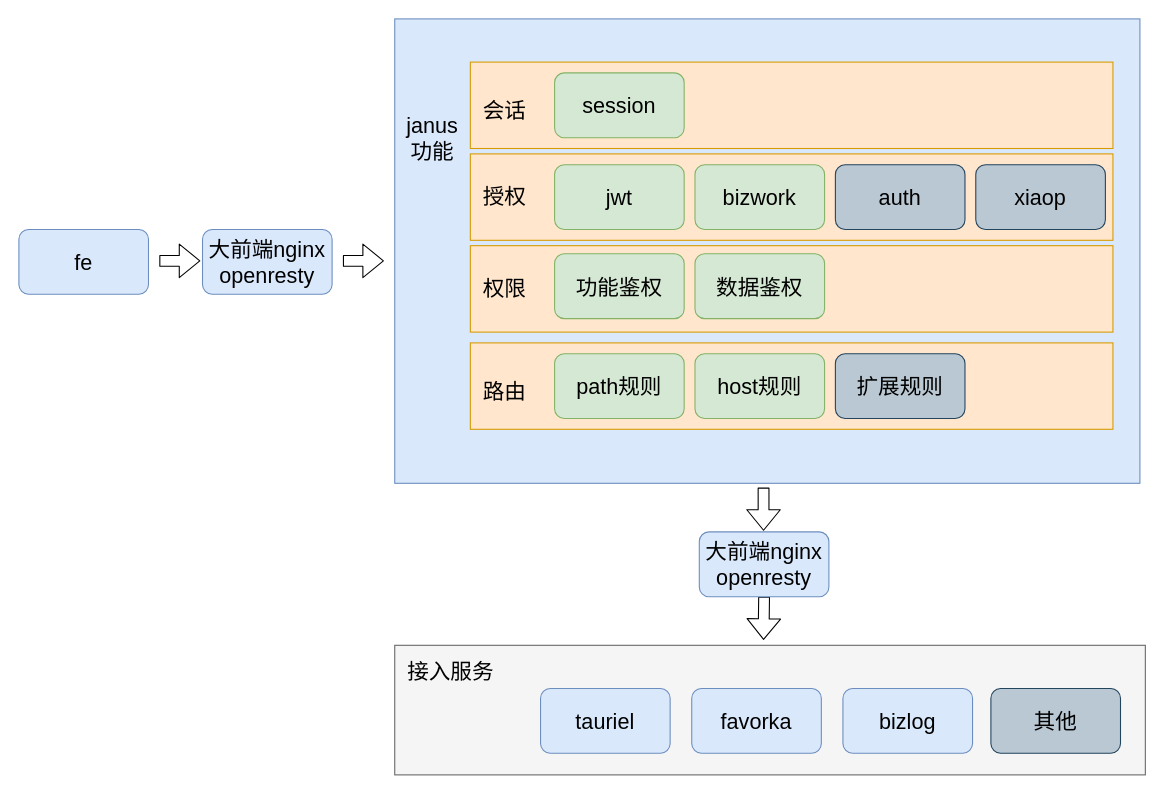
The draw.io diagram janus_gateway.drawio in effyroth/drawio2, before the edit. Source tidied: cells renumbered, new cells numbered last; positions are measured from the earlier drawing's top-left corner, leaving out a move shared by most shapes. Both pictures are drawn from the tidied source at 108%, with x=0, y=0 at pixel (18, 18).
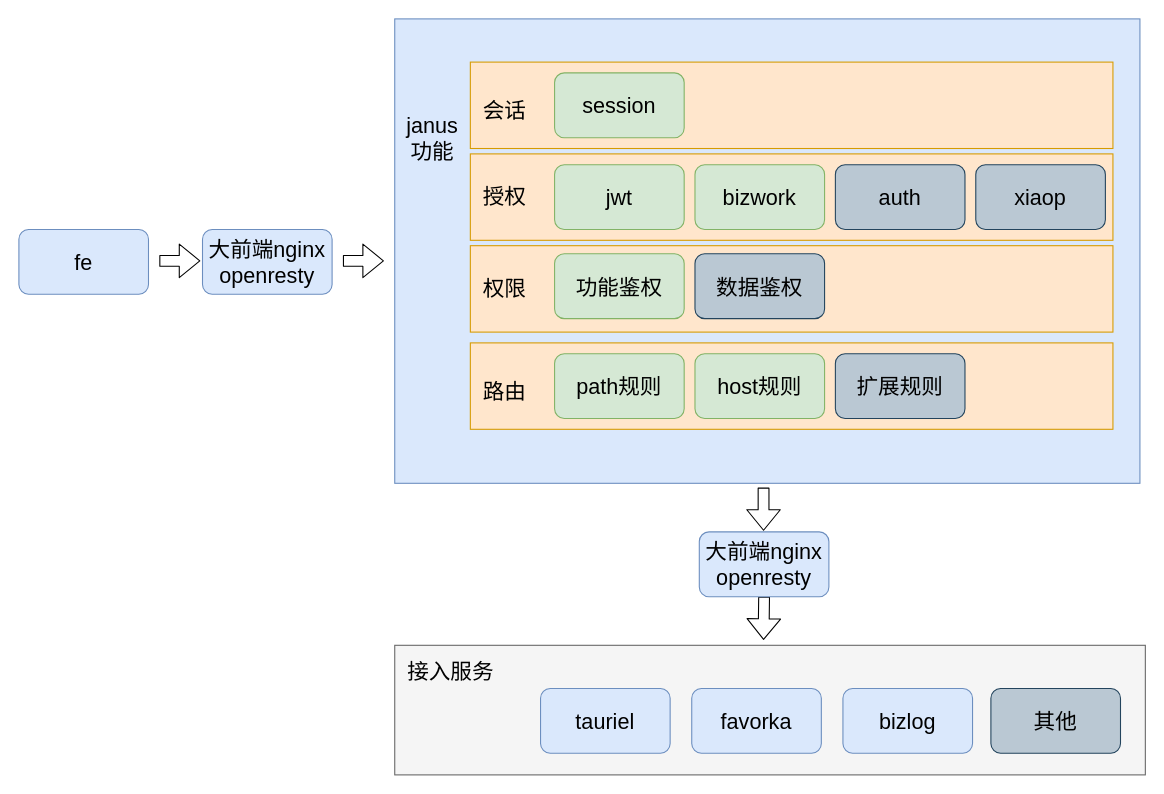
The same diagram, later.

Change to the diagram source:
```diff
@@
-    <mxCell id="16" value="&lt;span style=&quot;font-size: 20px&quot;&gt;数据鉴权&lt;/span&gt;" style="rounded=1;whiteSpace=wrap;html=1;fillColor=#d5e8d4;strokeColor=#82b366;" parent="1" vertex="1">
+    <mxCell id="16" value="&lt;span style=&quot;font-size: 20px&quot;&gt;数据鉴权&lt;/span&gt;" style="rounded=1;whiteSpace=wrap;html=1;fillColor=#bac8d3;strokeColor=#23445d;" parent="1" vertex="1">
       <mxGeometry x="626" y="217.5" width="120" height="60" as="geometry" />
     </mxCell>
```
